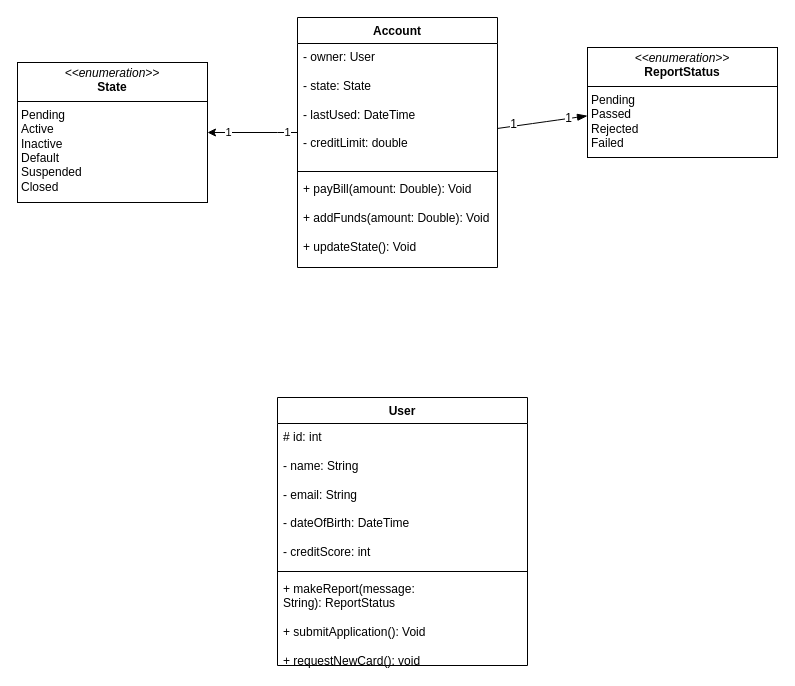
Above: page "Page-3" (3 of 3) of workshop6_week7.drawio in antonykimuom/SWEN30006-2025-SM1-workshop1-tuew05-14-00-team-12 (draw.io), before the change. Source tidied: cells renumbered, new cells numbered last; positions are measured from the earlier drawing's top-left corner, leaving out a move shared by most shapes. Both pictures are drawn from the tidied source at 100%, with x=0, y=0 at pixel (17, 17).
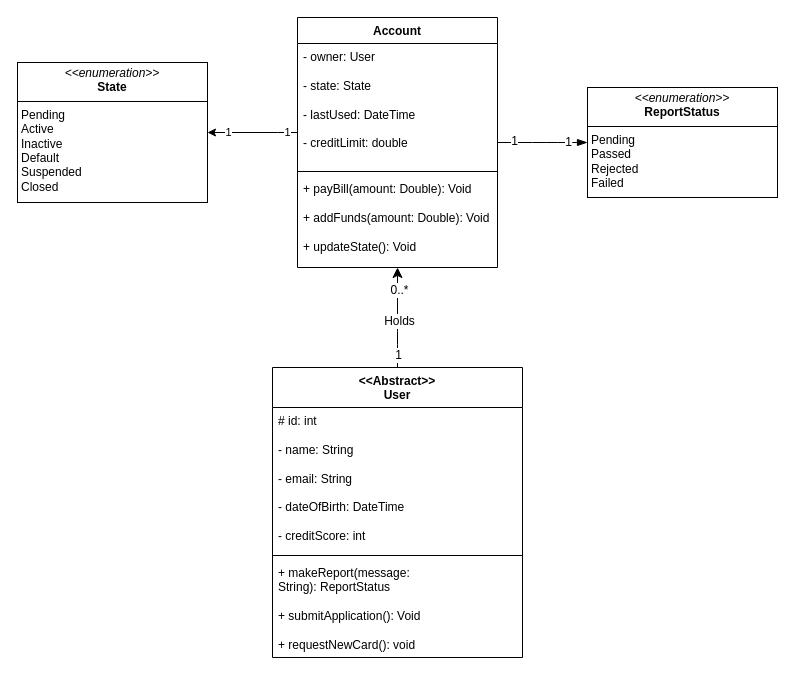
The same page after the edit.

Unchanged cells that the change refers to:
```xml
<mxCell id="5" value="+ payBill(amount: Double): Void&lt;div&gt;&lt;br&gt;&lt;/div&gt;&lt;div&gt;+ addFunds(amount: Double): Void&lt;/div&gt;&lt;div&gt;&lt;br&gt;&lt;/div&gt;&lt;div&gt;+ updateState(): Void&lt;/div&gt;" style="text;strokeColor=none;fillColor=none;align=left;verticalAlign=top;spacingLeft=4;spacingRight=4;overflow=hidden;points=[[0,0.5],[1,0.5]];portConstraint=eastwest;whiteSpace=wrap;html=1;" parent="2" vertex="1">
  <mxGeometry y="158" width="200" height="92" as="geometry" />
</mxCell>
```

The edit, as a diff of the source:
```diff
@@
     <mxCell id="13" value="&lt;p style=&quot;margin:0px;margin-top:4px;text-align:center;&quot;&gt;&lt;i&gt;&amp;lt;&amp;lt;enumeration&amp;gt;&amp;gt;&lt;/i&gt;&lt;br&gt;&lt;b&gt;ReportStatus&lt;/b&gt;&lt;/p&gt;&lt;hr size=&quot;1&quot; style=&quot;border-style:solid;&quot;&gt;&lt;p style=&quot;margin:0px;margin-left:4px;&quot;&gt;Pending&lt;/p&gt;&lt;p style=&quot;margin:0px;margin-left:4px;&quot;&gt;Passed&lt;/p&gt;&lt;p style=&quot;margin:0px;margin-left:4px;&quot;&gt;Rejected&lt;/p&gt;&lt;p style=&quot;margin:0px;margin-left:4px;&quot;&gt;Failed&lt;/p&gt;" style="verticalAlign=top;align=left;overflow=fill;html=1;whiteSpace=wrap;" parent="1" vertex="1">
-      <mxGeometry x="570" y="30" width="190" height="110" as="geometry" />
+      <mxGeometry x="570" y="70" width="190" height="110" as="geometry" />
     </mxCell>
+    <mxCell id="18" style="edgeStyle=none;curved=1;rounded=0;jettySize=auto;html=1;fontSize=12;startSize=8;endSize=8;" parent="1" edge="1" source="14" target="5">
+      <mxGeometry relative="1" as="geometry" />
+    </mxCell>
+    <mxCell id="19" value="Holds" style="edgeLabel;html=1;align=center;verticalAlign=middle;fontSize=12;" parent="18" vertex="1">
+      <mxGeometry x="-0.07" y="-1" relative="1" as="geometry" />
+    </mxCell>
+    <mxCell id="20" value="1" style="edgeLabel;html=1;align=center;verticalAlign=middle;fontSize=12;" parent="18" vertex="1">
+      <mxGeometry x="-0.74" relative="1" as="geometry" />
+    </mxCell>
+    <mxCell id="21" value="0..*" style="edgeLabel;html=1;align=center;verticalAlign=middle;fontSize=12;" parent="18" vertex="1">
+      <mxGeometry x="0.55" y="-1" relative="1" as="geometry" />
+    </mxCell>
-    <mxCell id="14" value="User" style="swimlane;fontStyle=1;align=center;verticalAlign=top;horizontal=1;startSize=26;whiteSpace=wrap;html=1;" parent="1" vertex="1">
-      <mxGeometry x="260" y="380" width="250" height="268" as="geometry" />
+    <mxCell id="14" value="&lt;div&gt;&amp;lt;&amp;lt;Abstract&amp;gt;&amp;gt;&lt;/div&gt;User" style="swimlane;fontStyle=1;align=center;verticalAlign=top;horizontal=1;startSize=40;whiteSpace=wrap;html=1;" parent="1" vertex="1">
+      <mxGeometry x="255" y="350" width="250" height="290" as="geometry" />
     </mxCell>
     <mxCell id="15" value="# id: int&lt;div&gt;&lt;br&gt;&lt;/div&gt;&lt;div&gt;- name: String&lt;/div&gt;&lt;div&gt;&lt;br&gt;&lt;/div&gt;&lt;div&gt;- email: String&lt;/div&gt;&lt;div&gt;&lt;br&gt;&lt;/div&gt;&lt;div&gt;- dateOfBirth: DateTime&lt;/div&gt;&lt;div&gt;&lt;br&gt;&lt;/div&gt;&lt;div&gt;- creditScore: int&lt;/div&gt;" style="text;strokeColor=none;fillColor=none;align=left;verticalAlign=top;spacingLeft=4;spacingRight=4;overflow=hidden;whiteSpace=wrap;html=1;" parent="14" vertex="1">
-      <mxGeometry y="26" width="250" height="144" as="geometry" />
+      <mxGeometry y="40" width="250" height="144" as="geometry" />
     </mxCell>
     <mxCell id="16" style="line;strokeWidth=1;fillColor=none;align=left;verticalAlign=middle;spacingTop=-1;spacingLeft=3;spacingRight=3;labelPosition=right;strokeColor=inherit;" parent="14" vertex="1">
-      <mxGeometry y="170" width="250" height="8" as="geometry" />
+      <mxGeometry y="184" width="250" height="8" as="geometry" />
     </mxCell>
     <mxCell id="17" value="&lt;div&gt;+ makeReport(message: String):&amp;nbsp;&lt;span style=&quot;background-color: transparent; color: light-dark(rgb(0, 0, 0), rgb(255, 255, 255)); text-align: center;&quot;&gt;ReportStatus&lt;/span&gt;&lt;/div&gt;&lt;div&gt;&lt;span style=&quot;background-color: transparent; color: light-dark(rgb(0, 0, 0), rgb(255, 255, 255)); text-align: center;&quot;&gt;&lt;br&gt;&lt;/span&gt;&lt;/div&gt;&lt;div&gt;&lt;span style=&quot;background-color: transparent; color: light-dark(rgb(0, 0, 0), rgb(255, 255, 255)); text-align: center;&quot;&gt;+ submitApplication(): Void&lt;/span&gt;&lt;/div&gt;&lt;div&gt;&lt;span style=&quot;background-color: transparent; color: light-dark(rgb(0, 0, 0), rgb(255, 255, 255)); text-align: center;&quot;&gt;&lt;br&gt;&lt;/span&gt;&lt;/div&gt;&lt;div&gt;&lt;span style=&quot;background-color: transparent; color: light-dark(rgb(0, 0, 0), rgb(255, 255, 255)); text-align: center;&quot;&gt;+ requestNewCard(): void&lt;/span&gt;&lt;/div&gt;" style="text;strokeColor=none;fillColor=none;align=left;verticalAlign=top;spacingLeft=4;spacingRight=4;overflow=hidden;whiteSpace=wrap;html=1;" parent="14" vertex="1">
-      <mxGeometry y="178" width="250" height="90" as="geometry" />
+      <mxGeometry y="192" width="250" height="98" as="geometry" />
     </mxCell>
```
